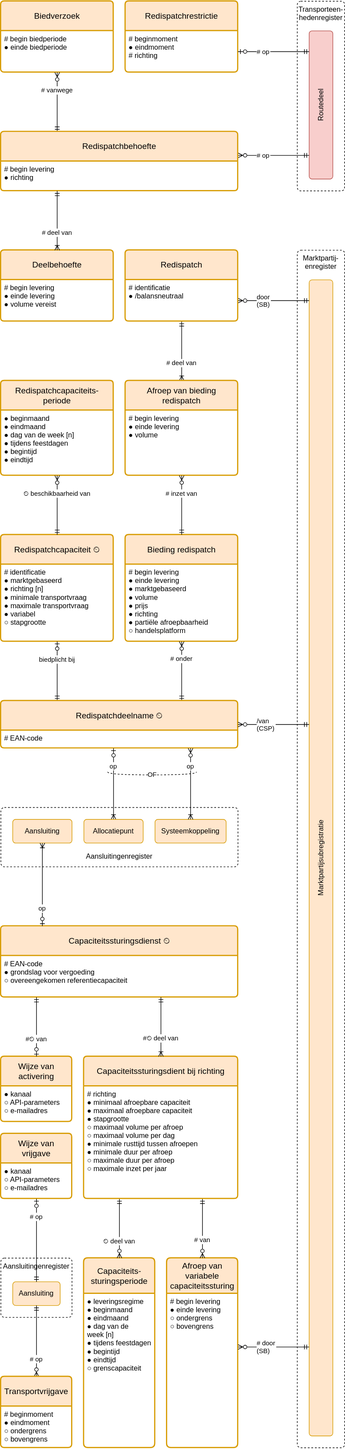
This is registers/flexibiliteitsregister/1.0/flexibiliteitsregister.drawio.svg from netbeheernederland/stelsel, a draw.io export, as it was before one commit. Source tidied: cells renumbered, new cells last; positions are measured from the earlier drawing's top-left corner, leaving out a move shared by most shapes.
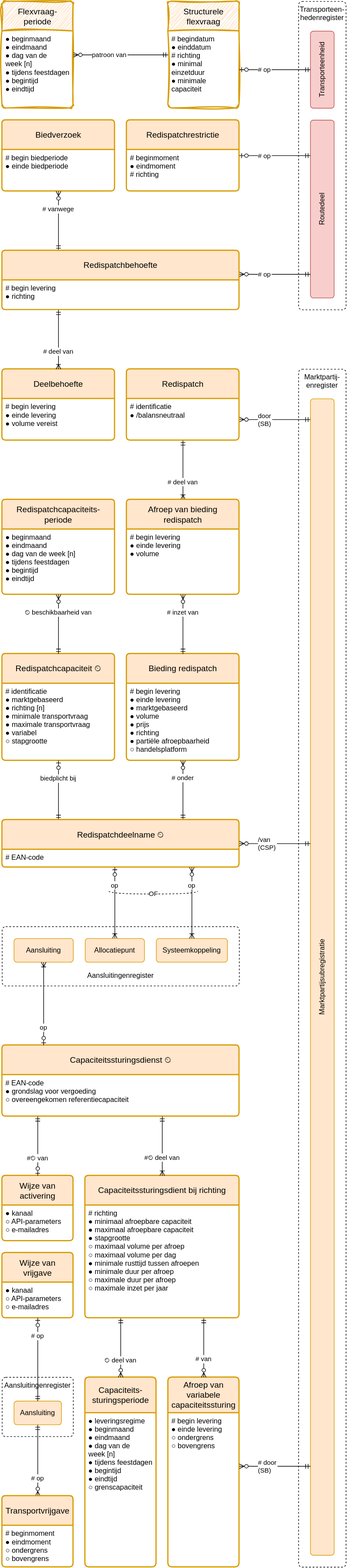
After the change.

What changed in the source:
```diff
@@ -98,10 +98,10 @@
       <mxGeometry x="-0.4" relative="1" as="geometry" />
     </mxCell>
     <mxCell id="31" value="Transporteen-hedenregister" style="rounded=1;whiteSpace=wrap;fontFamily=Helvetica;dashed=1;verticalAlign=top;arcSize=12;absoluteArcSize=1;" parent="1" vertex="1">
-      <mxGeometry x="500" width="80" height="320" as="geometry" />
+      <mxGeometry x="500" y="-200" width="80" height="520" as="geometry" />
     </mxCell>
     <mxCell id="32" value="Routedeel" style="rounded=1;arcSize=10;whiteSpace=wrap;align=center;hachureGap=4;fontFamily=Helvetica;fillColor=#f8cecc;strokeColor=#b85450;absoluteArcSize=1;spacing=10;horizontal=0;" parent="1" vertex="1">
-      <mxGeometry x="520" y="50" width="40" height="250" as="geometry" />
+      <mxGeometry x="520" width="40" height="300" as="geometry" />
     </mxCell>
     <mxCell id="33" value="# op" style="endArrow=ERmandOne;rounded=1;fontFamily=Helvetica;fontSize=11;startSize=6;endSize=6;sourcePerimeterSpacing=0;targetPerimeterSpacing=0;endFill=0;startArrow=ERzeroToMany;startFill=0;align=left;edgeStyle=elbowEdgeStyle;elbow=vertical;" parent="1" edge="1" source="61" target="32">
       <mxGeometry x="-0.5" relative="1" as="geometry" />
@@ -215,5 +215,26 @@
     <mxCell id="67" value="⏲ beschikbaarheid van" style="endArrow=ERmandOne;rounded=0;fontFamily=Helvetica;fontSize=11;startSize=6;endSize=6;sourcePerimeterSpacing=0;targetPerimeterSpacing=0;endFill=0;startArrow=ERzeroToMany;startFill=0;edgeStyle=elbowEdgeStyle;align=center;" parent="1" edge="1" source="65" target="11">
       <mxGeometry x="-0.4" relative="1" as="geometry" />
     </mxCell>
+    <mxCell id="68" value="Structurele flexvraag" style="swimlane;horizontal=1;startSize=50;rounded=1;fontSize=14;fontStyle=0;strokeWidth=2;shadow=0;dashed=0;align=center;arcSize=4;whiteSpace=wrap;hachureGap=4;fontFamily=Helvetica;fillColor=#ffe6cc;strokeColor=#d79b00;spacing=10;sketch=1;curveFitting=1;jiggle=2;" parent="1" vertex="1">
+      <mxGeometry x="280" y="-200" width="120" height="180" as="geometry" />
+    </mxCell>
+    <mxCell id="69" value="# begindatum&#10;● einddatum&#10;# richting&#10;● minimal&#10;   einzetduur&#10;● minimale&#10;   capaciteit" style="align=left;strokeColor=none;fillColor=none;spacingLeft=4;fontSize=12;verticalAlign=top;hachureGap=4;fontFamily=Helvetica;" parent="68" vertex="1">
+      <mxGeometry y="50" width="120" height="130" as="geometry" />
+    </mxCell>
+    <mxCell id="70" value="Flexvraag-periode" style="swimlane;horizontal=1;startSize=50;rounded=1;fontSize=14;fontStyle=0;strokeWidth=2;shadow=0;dashed=0;align=center;arcSize=4;whiteSpace=wrap;hachureGap=4;fontFamily=Helvetica;fillColor=#ffe6cc;strokeColor=#d79b00;spacing=10;sketch=1;curveFitting=1;jiggle=2;" parent="1" vertex="1">
+      <mxGeometry y="-200" width="120" height="180" as="geometry" />
+    </mxCell>
+    <mxCell id="71" value="● beginmaand&#10;● eindmaand&#10;● dag van de&#10;   week [n]&#10;● tijdens feestdagen&#10;● begintijd&#10;● eindtijd" style="align=left;strokeColor=none;fillColor=none;spacingLeft=4;fontSize=12;verticalAlign=top;hachureGap=4;fontFamily=Helvetica;" parent="70" vertex="1">
+      <mxGeometry y="50" width="120" height="130" as="geometry" />
+    </mxCell>
+    <mxCell id="72" value="Transporteenheid" style="rounded=1;arcSize=10;whiteSpace=wrap;align=center;hachureGap=4;fontFamily=Helvetica;fillColor=#f8cecc;strokeColor=#b85450;absoluteArcSize=1;spacing=10;horizontal=0;" parent="1" vertex="1">
+      <mxGeometry x="520" y="-150" width="40" height="130" as="geometry" />
+    </mxCell>
+    <mxCell id="73" value="# op" style="endArrow=ERmandOne;rounded=1;fontFamily=Helvetica;fontSize=11;startSize=6;endSize=6;sourcePerimeterSpacing=0;targetPerimeterSpacing=0;endFill=0;startArrow=ERzeroToOne;startFill=0;align=left;edgeStyle=elbowEdgeStyle;elbow=vertical;" parent="1" edge="1" source="68" target="72">
+      <mxGeometry x="-0.5" relative="1" as="geometry" />
+    </mxCell>
+    <mxCell id="74" value="patroon van" style="endArrow=ERmandOne;rounded=0;fontFamily=Helvetica;fontSize=11;startSize=6;endSize=6;sourcePerimeterSpacing=0;targetPerimeterSpacing=0;endFill=0;startArrow=ERzeroToMany;startFill=0;align=left;" parent="1" edge="1" source="70" target="68">
+      <mxGeometry x="-0.62" relative="1" as="geometry" />
+    </mxCell>
   </root>
 </mxGraphModel>
```
